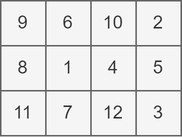
The draw.io diagram img/62c303-L10.drawio.png in axiomofchoice-hjt/Axiomofchoice-hjt.github.io, before a commit. Source tidied: cells renumbered, new cells last; positions are measured from the earlier drawing's top-left corner, leaving out a move shared by most shapes.
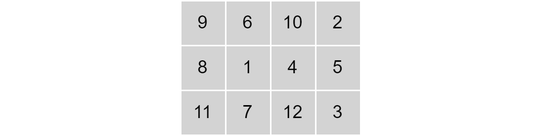
Later version of the same file.

The edit, as a diff of the source:
```diff
@@ -2,40 +2,46 @@
   <root>
     <mxCell id="0" />
     <mxCell id="1" parent="0" />
+    <mxCell id="14" style="endArrow=none;dashed=1;html=1;strokeColor=#FFFFFF;fontColor=#000000;" parent="1" edge="1">
+      <mxGeometry relative="1" as="geometry">
+        <mxPoint x="-120" as="sourcePoint" />
+        <mxPoint x="240" as="targetPoint" />
+      </mxGeometry>
+    </mxCell>
-    <mxCell id="2" value="9" style="rounded=0;whiteSpace=wrap;html=1;fillColor=#f5f5f5;fontColor=#333333;strokeColor=#666666;" parent="1" vertex="1">
+    <mxCell id="2" value="9" style="rounded=0;whiteSpace=wrap;html=1;fillColor=#d3d3d3;fontColor=#000000;strokeColor=#ffffff;" parent="1" vertex="1">
       <mxGeometry width="30" height="30" as="geometry" />
     </mxCell>
-    <mxCell id="3" value="6" style="rounded=0;whiteSpace=wrap;html=1;fillColor=#f5f5f5;fontColor=#333333;strokeColor=#666666;" parent="1" vertex="1">
+    <mxCell id="3" value="6" style="rounded=0;whiteSpace=wrap;html=1;fillColor=#d3d3d3;fontColor=#000000;strokeColor=#ffffff;" parent="1" vertex="1">
       <mxGeometry x="30" width="30" height="30" as="geometry" />
     </mxCell>
-    <mxCell id="4" value="10" style="rounded=0;whiteSpace=wrap;html=1;fillColor=#f5f5f5;fontColor=#333333;strokeColor=#666666;" parent="1" vertex="1">
+    <mxCell id="4" value="10" style="rounded=0;whiteSpace=wrap;html=1;fillColor=#d3d3d3;fontColor=#000000;strokeColor=#ffffff;" parent="1" vertex="1">
       <mxGeometry x="60" width="30" height="30" as="geometry" />
     </mxCell>
-    <mxCell id="5" value="2" style="rounded=0;whiteSpace=wrap;html=1;fillColor=#f5f5f5;fontColor=#333333;strokeColor=#666666;" parent="1" vertex="1">
+    <mxCell id="5" value="2" style="rounded=0;whiteSpace=wrap;html=1;fillColor=#d3d3d3;fontColor=#000000;strokeColor=#ffffff;" parent="1" vertex="1">
       <mxGeometry x="90" width="30" height="30" as="geometry" />
     </mxCell>
-    <mxCell id="6" value="8" style="rounded=0;whiteSpace=wrap;html=1;fillColor=#f5f5f5;fontColor=#333333;strokeColor=#666666;" parent="1" vertex="1">
+    <mxCell id="6" value="8" style="rounded=0;whiteSpace=wrap;html=1;fillColor=#d3d3d3;fontColor=#000000;strokeColor=#ffffff;" parent="1" vertex="1">
       <mxGeometry y="30" width="30" height="30" as="geometry" />
     </mxCell>
-    <mxCell id="7" value="1" style="rounded=0;whiteSpace=wrap;html=1;fillColor=#f5f5f5;fontColor=#333333;strokeColor=#666666;" parent="1" vertex="1">
+    <mxCell id="7" value="1" style="rounded=0;whiteSpace=wrap;html=1;fillColor=#d3d3d3;fontColor=#000000;strokeColor=#ffffff;" parent="1" vertex="1">
       <mxGeometry x="30" y="30" width="30" height="30" as="geometry" />
     </mxCell>
-    <mxCell id="8" value="4" style="rounded=0;whiteSpace=wrap;html=1;fillColor=#f5f5f5;fontColor=#333333;strokeColor=#666666;" parent="1" vertex="1">
+    <mxCell id="8" value="4" style="rounded=0;whiteSpace=wrap;html=1;fillColor=#d3d3d3;fontColor=#000000;strokeColor=#ffffff;" parent="1" vertex="1">
       <mxGeometry x="60" y="30" width="30" height="30" as="geometry" />
     </mxCell>
-    <mxCell id="9" value="5" style="rounded=0;whiteSpace=wrap;html=1;fillColor=#f5f5f5;fontColor=#333333;strokeColor=#666666;" parent="1" vertex="1">
+    <mxCell id="9" value="5" style="rounded=0;whiteSpace=wrap;html=1;fillColor=#d3d3d3;fontColor=#000000;strokeColor=#ffffff;" parent="1" vertex="1">
       <mxGeometry x="90" y="30" width="30" height="30" as="geometry" />
     </mxCell>
-    <mxCell id="10" value="11" style="rounded=0;whiteSpace=wrap;html=1;fillColor=#f5f5f5;fontColor=#333333;strokeColor=#666666;" parent="1" vertex="1">
+    <mxCell id="10" value="11" style="rounded=0;whiteSpace=wrap;html=1;fillColor=#d3d3d3;fontColor=#000000;strokeColor=#ffffff;" parent="1" vertex="1">
       <mxGeometry y="60" width="30" height="30" as="geometry" />
     </mxCell>
-    <mxCell id="11" value="7" style="rounded=0;whiteSpace=wrap;html=1;fillColor=#f5f5f5;fontColor=#333333;strokeColor=#666666;" parent="1" vertex="1">
+    <mxCell id="11" value="7" style="rounded=0;whiteSpace=wrap;html=1;fillColor=#d3d3d3;fontColor=#000000;strokeColor=#ffffff;" parent="1" vertex="1">
       <mxGeometry x="30" y="60" width="30" height="30" as="geometry" />
     </mxCell>
-    <mxCell id="12" value="12" style="rounded=0;whiteSpace=wrap;html=1;fillColor=#f5f5f5;fontColor=#333333;strokeColor=#666666;" parent="1" vertex="1">
+    <mxCell id="12" value="12" style="rounded=0;whiteSpace=wrap;html=1;fillColor=#d3d3d3;fontColor=#000000;strokeColor=#ffffff;" parent="1" vertex="1">
       <mxGeometry x="60" y="60" width="30" height="30" as="geometry" />
     </mxCell>
-    <mxCell id="13" value="3" style="rounded=0;whiteSpace=wrap;html=1;fillColor=#f5f5f5;fontColor=#333333;strokeColor=#666666;" parent="1" vertex="1">
+    <mxCell id="13" value="3" style="rounded=0;whiteSpace=wrap;html=1;fillColor=#d3d3d3;fontColor=#000000;strokeColor=#ffffff;" parent="1" vertex="1">
       <mxGeometry x="90" y="60" width="30" height="30" as="geometry" />
     </mxCell>
   </root>
```
